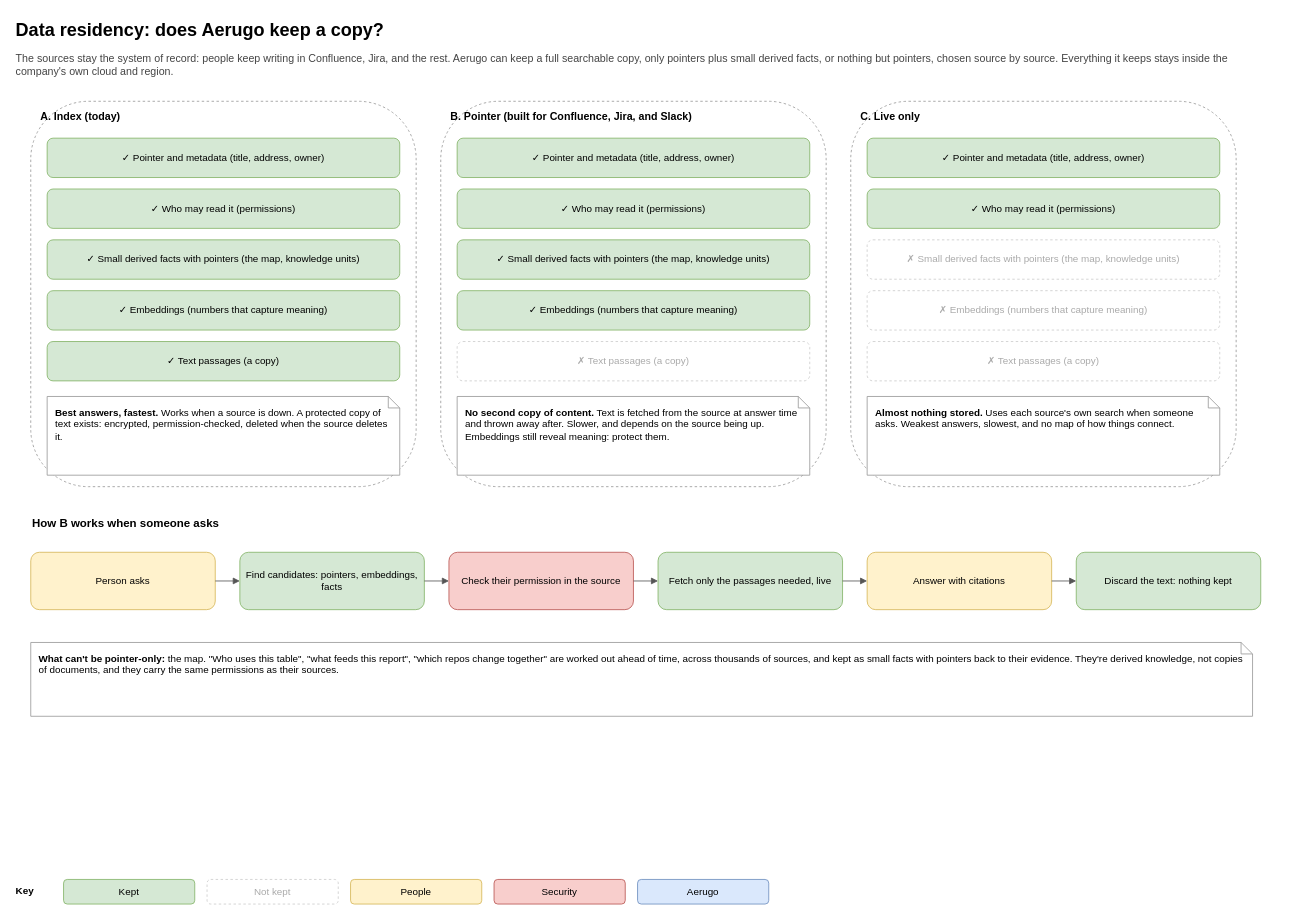
Earlier version of the draw.io diagram page "3. What's stored" (3 of 10) of docs/architecture/aerugo-architecture.drawio (aerugo-hq/aerugo-self-host). Source tidied: cells renumbered, new cells numbered last; positions are measured from the earlier drawing's top-left corner, leaving out a move shared by most shapes. Both pictures are drawn from the tidied source at 82%, with x=0, y=0 at pixel (14, 14).
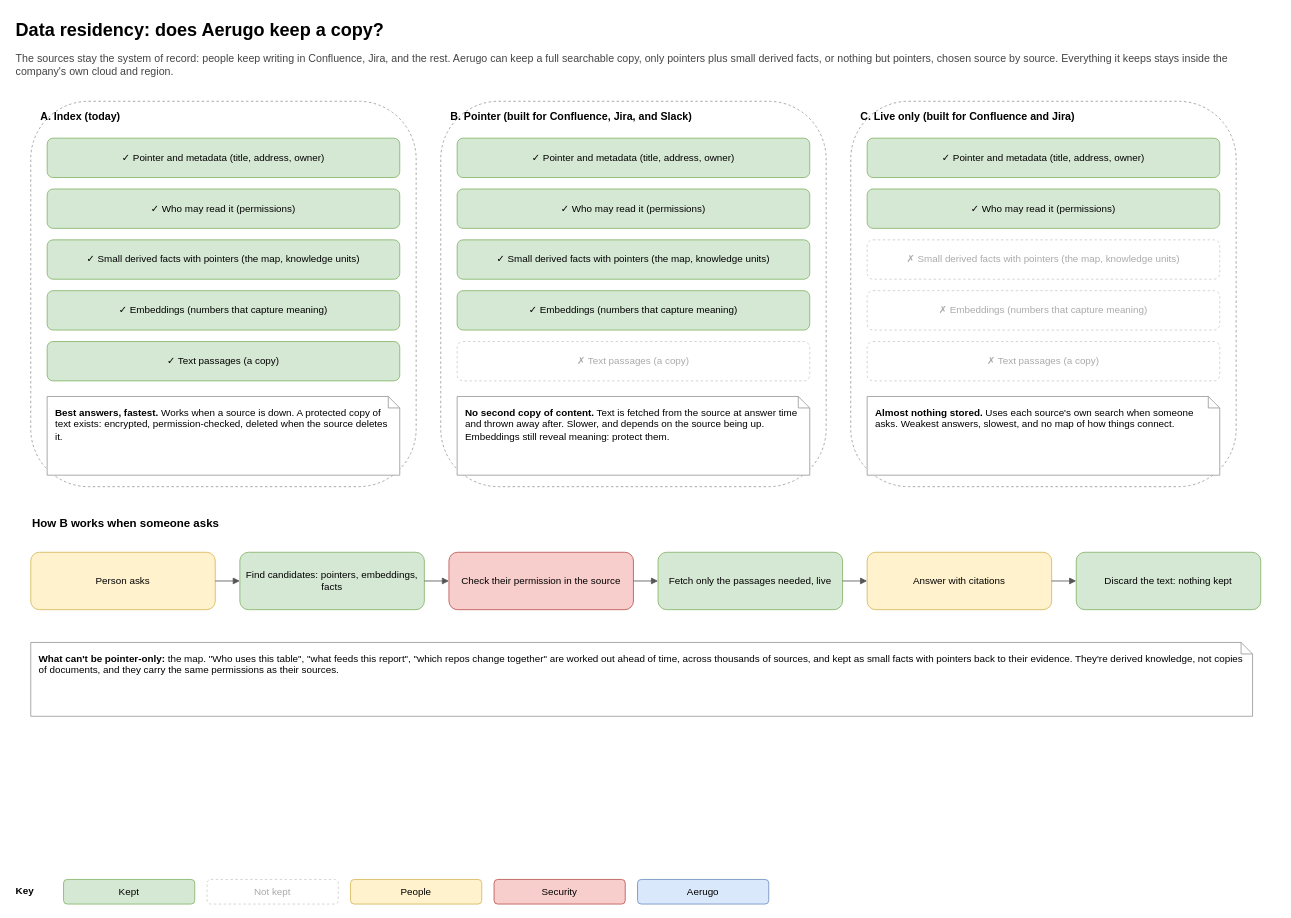
The same page after the edit.

Change to the diagram source:
```diff
@@
-    <mxCell id="18" value="&lt;b&gt;C. Live only&lt;/b&gt;" style="rounded=1;whiteSpace=wrap;html=1;fillColor=none;dashed=1;strokeColor=#999999;verticalAlign=top;align=left;spacingLeft=10;spacingTop=4;fontStyle=1;fontSize=13;" parent="1" vertex="1">
+    <mxCell id="18" value="&lt;b&gt;C. Live only&lt;/b&gt; (built for Confluence and Jira)" style="rounded=1;whiteSpace=wrap;html=1;fillColor=none;dashed=1;strokeColor=#999999;verticalAlign=top;align=left;spacingLeft=10;spacingTop=4;fontStyle=1;fontSize=13;" parent="1" vertex="1">
       <mxGeometry x="1020" y="106" width="470" height="470" as="geometry" />
     </mxCell>
```
